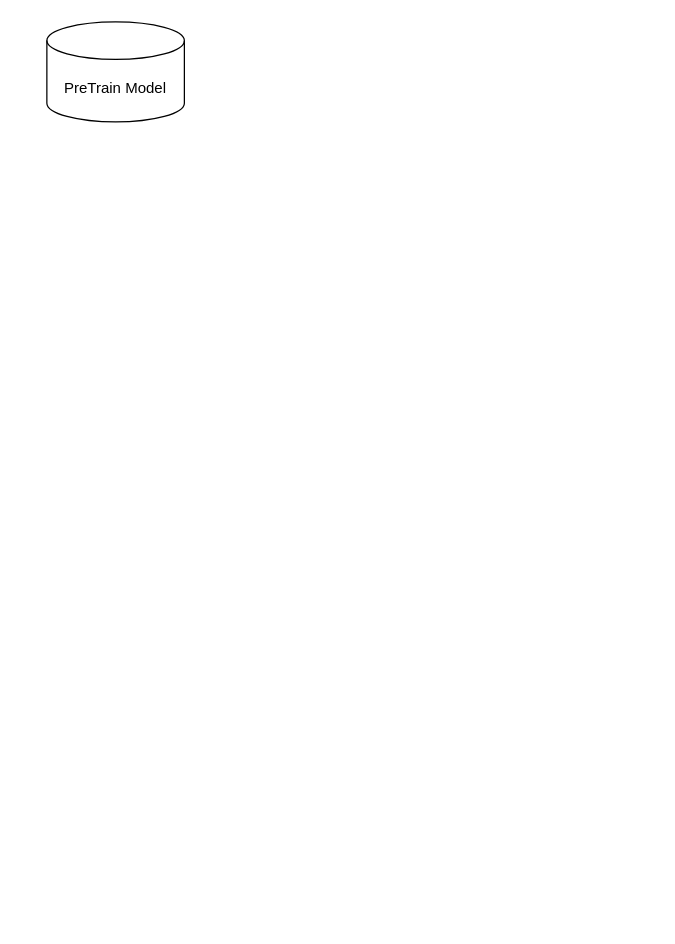
The draw.io diagram model-finetuning.drawio in CvRocker/draw-io, before the edit. Source tidied: cells renumbered, new cells numbered last; positions are measured from the earlier drawing's top-left corner, leaving out a move shared by most shapes. Both pictures are drawn from the tidied source at 125%, with x=0, y=0 at pixel (46, 21).
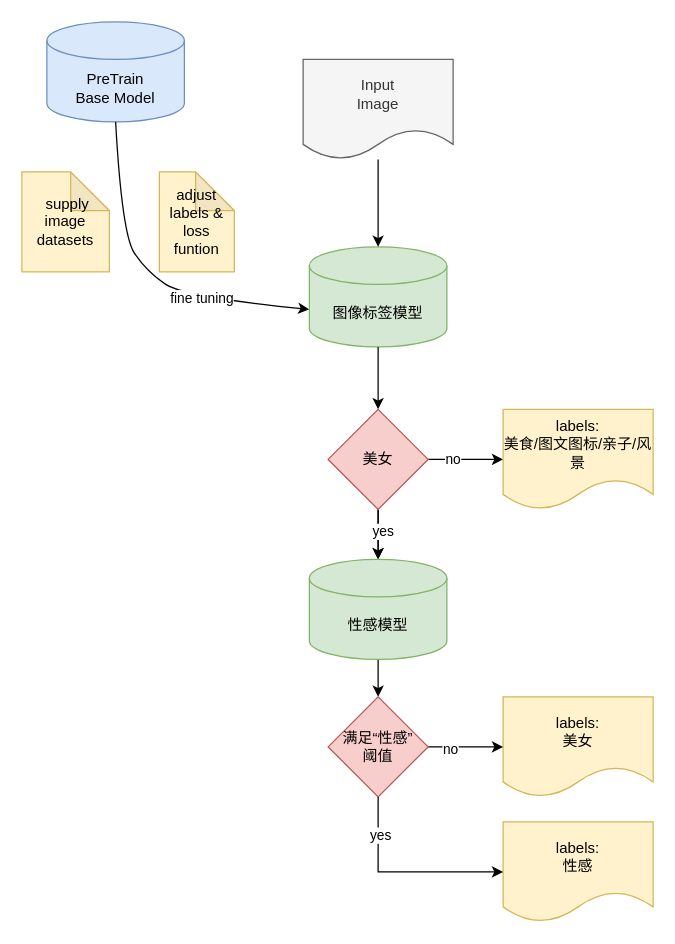
Above is the later version.

The edit, as a diff of the source:
```diff
@@
-    <mxCell id="2" value="PreTrain Model" style="shape=cylinder3;whiteSpace=wrap;html=1;boundedLbl=1;backgroundOutline=1;size=15;" parent="1" vertex="1">
+    <mxCell id="2" value="PreTrain Base&amp;nbsp;Model" style="shape=cylinder3;whiteSpace=wrap;html=1;boundedLbl=1;backgroundOutline=1;size=15;fillColor=#dae8fc;strokeColor=#6c8ebf;" parent="1" vertex="1">
       <mxGeometry width="110" height="80" as="geometry" />
     </mxCell>
+    <mxCell id="3" value="adjust labels &amp;amp; loss funtion" style="shape=note;whiteSpace=wrap;html=1;backgroundOutline=1;darkOpacity=0.05;size=31;fillColor=#fff2cc;strokeColor=#d6b656;" parent="1" vertex="1">
+      <mxGeometry x="90" y="120" width="60" height="80" as="geometry" />
+    </mxCell>
+    <mxCell id="4" style="curved=1;endArrow=classic;html=1;rounded=0;exitX=0.5;exitY=1;exitDx=0;exitDy=0;exitPerimeter=0;" parent="1" edge="1" source="2">
+      <mxGeometry relative="1" as="geometry">
+        <mxPoint x="210" y="230" as="targetPoint" />
+        <Array as="points">
+          <mxPoint x="60" y="170" />
+          <mxPoint x="80" y="200" />
+          <mxPoint x="110" y="220" />
+        </Array>
+      </mxGeometry>
+    </mxCell>
+    <mxCell id="5" value="fine tuning" style="edgeLabel;html=1;align=center;verticalAlign=middle;" parent="4" vertex="1">
+      <mxGeometry x="0.34" y="1" relative="1" as="geometry" />
+    </mxCell>
+    <mxCell id="6" value="&amp;nbsp;supply image datasets" style="shape=note;whiteSpace=wrap;html=1;backgroundOutline=1;darkOpacity=0.05;size=31;fillColor=#fff2cc;strokeColor=#d6b656;" parent="1" vertex="1">
+      <mxGeometry x="-20" y="120" width="70" height="80" as="geometry" />
+    </mxCell>
+    <mxCell id="7" value="图像标签模型" style="shape=cylinder3;whiteSpace=wrap;html=1;boundedLbl=1;backgroundOutline=1;size=15;fillColor=#d5e8d4;strokeColor=#82b366;" parent="1" vertex="1">
+      <mxGeometry x="210" y="180" width="110" height="80" as="geometry" />
+    </mxCell>
+    <mxCell id="8" style="edgeStyle=orthogonalEdgeStyle;rounded=0;jettySize=auto;html=1;" parent="1" edge="1" source="9" target="7">
+      <mxGeometry relative="1" as="geometry" />
+    </mxCell>
+    <mxCell id="9" value="Input &lt;br&gt;Image" style="shape=document;whiteSpace=wrap;html=1;boundedLbl=1;fillColor=#f5f5f5;fontColor=#333333;strokeColor=#666666;" parent="1" vertex="1">
+      <mxGeometry x="205" y="30" width="120" height="80" as="geometry" />
+    </mxCell>
+    <mxCell id="10" style="edgeStyle=orthogonalEdgeStyle;rounded=0;jettySize=auto;html=1;exitX=0.5;exitY=1;exitDx=0;exitDy=0;exitPerimeter=0;entryX=0.5;entryY=0;entryDx=0;entryDy=0;" parent="1" edge="1" source="7" target="16">
+      <mxGeometry relative="1" as="geometry" />
+    </mxCell>
+    <mxCell id="11" style="edgeStyle=orthogonalEdgeStyle;rounded=0;jettySize=auto;html=1;entryX=0.5;entryY=0;entryDx=0;entryDy=0;entryPerimeter=0;" parent="1" edge="1" source="16" target="18">
+      <mxGeometry relative="1" as="geometry" />
+    </mxCell>
+    <mxCell id="12" style="edgeStyle=orthogonalEdgeStyle;rounded=0;jettySize=auto;html=1;" parent="1" edge="1" source="16" target="18">
+      <mxGeometry relative="1" as="geometry" />
+    </mxCell>
+    <mxCell id="13" value="yes" style="edgeLabel;html=1;align=center;verticalAlign=middle;" parent="12" vertex="1">
+      <mxGeometry x="-0.15" y="3" relative="1" as="geometry" />
+    </mxCell>
+    <mxCell id="14" style="edgeStyle=orthogonalEdgeStyle;rounded=0;jettySize=auto;html=1;" parent="1" edge="1" source="16" target="19">
+      <mxGeometry relative="1" as="geometry" />
+    </mxCell>
+    <mxCell id="15" value="no" style="edgeLabel;html=1;align=center;verticalAlign=middle;" parent="14" vertex="1">
+      <mxGeometry x="-0.37" y="1" relative="1" as="geometry" />
+    </mxCell>
+    <mxCell id="16" value="美女" style="rhombus;whiteSpace=wrap;html=1;fillColor=#f8cecc;strokeColor=#b85450;" parent="1" vertex="1">
+      <mxGeometry x="225" y="310" width="80" height="80" as="geometry" />
+    </mxCell>
+    <mxCell id="17" style="edgeStyle=orthogonalEdgeStyle;rounded=0;jettySize=auto;html=1;" parent="1" edge="1" source="18" target="23">
+      <mxGeometry relative="1" as="geometry" />
+    </mxCell>
+    <mxCell id="18" value="性感模型" style="shape=cylinder3;whiteSpace=wrap;html=1;boundedLbl=1;backgroundOutline=1;size=15;fillColor=#d5e8d4;strokeColor=#82b366;" parent="1" vertex="1">
+      <mxGeometry x="210" y="430" width="110" height="80" as="geometry" />
+    </mxCell>
+    <mxCell id="19" value="labels: &lt;br&gt;美食/图文图标/亲子/风景" style="shape=document;whiteSpace=wrap;html=1;boundedLbl=1;fillColor=#fff2cc;strokeColor=#d6b656;" parent="1" vertex="1">
+      <mxGeometry x="365" y="310" width="120" height="80" as="geometry" />
+    </mxCell>
+    <mxCell id="20" value="labels: &lt;br&gt;美女" style="shape=document;whiteSpace=wrap;html=1;boundedLbl=1;fillColor=#fff2cc;strokeColor=#d6b656;" parent="1" vertex="1">
+      <mxGeometry x="365" y="540" width="120" height="80" as="geometry" />
+    </mxCell>
+    <mxCell id="21" style="edgeStyle=orthogonalEdgeStyle;rounded=0;jettySize=auto;html=1;" parent="1" edge="1" source="23" target="20">
+      <mxGeometry relative="1" as="geometry" />
+    </mxCell>
+    <mxCell id="22" value="no" style="edgeLabel;html=1;align=center;verticalAlign=middle;" parent="21" vertex="1">
+      <mxGeometry x="-0.43" y="-1" relative="1" as="geometry" />
+    </mxCell>
+    <mxCell id="23" value="满足“性感”&lt;br&gt;阈值" style="rhombus;whiteSpace=wrap;html=1;fillColor=#f8cecc;strokeColor=#b85450;" parent="1" vertex="1">
+      <mxGeometry x="225" y="540" width="80" height="80" as="geometry" />
+    </mxCell>
+    <mxCell id="24" value="labels: &lt;br&gt;性感" style="shape=document;whiteSpace=wrap;html=1;boundedLbl=1;fillColor=#fff2cc;strokeColor=#d6b656;" parent="1" vertex="1">
+      <mxGeometry x="365" y="640" width="120" height="80" as="geometry" />
+    </mxCell>
+    <mxCell id="25" style="edgeStyle=orthogonalEdgeStyle;rounded=0;jettySize=auto;html=1;entryX=0;entryY=0.5;entryDx=0;entryDy=0;exitX=0.5;exitY=1;exitDx=0;exitDy=0;" parent="1" edge="1" source="23" target="24">
+      <mxGeometry relative="1" as="geometry">
+        <Array as="points">
+          <mxPoint x="265" y="680" />
+        </Array>
+      </mxGeometry>
+    </mxCell>
+    <mxCell id="26" value="yes" style="edgeLabel;html=1;align=center;verticalAlign=middle;" parent="25" vertex="1">
+      <mxGeometry x="-0.62" y="1" relative="1" as="geometry" />
+    </mxCell>
```
